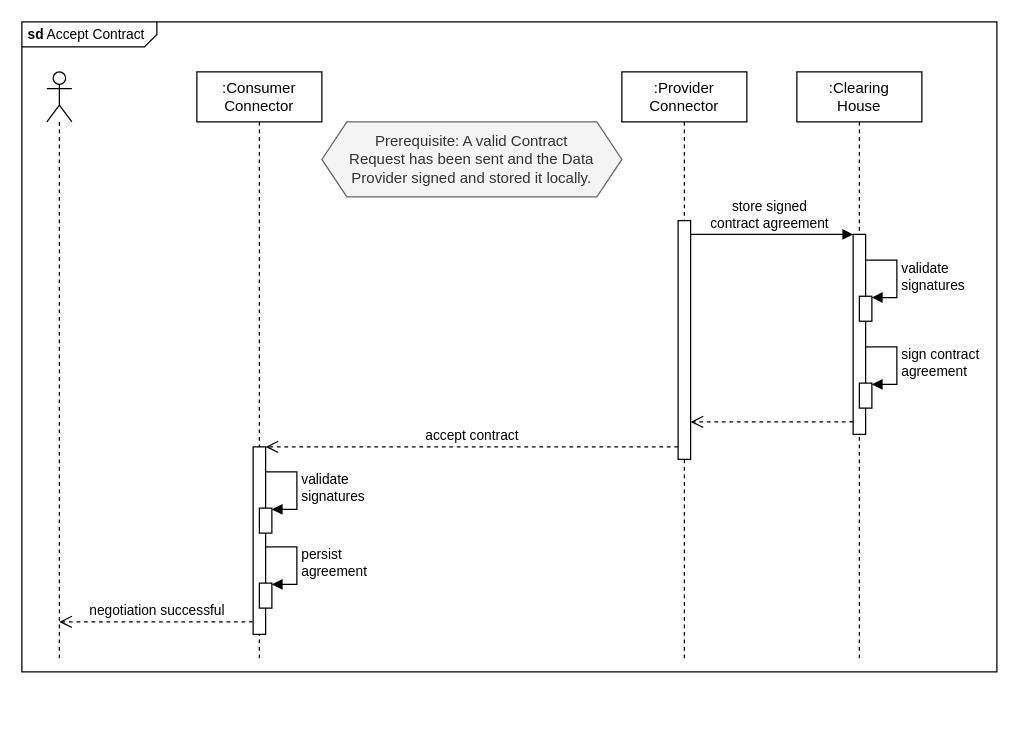
Before: documentation/3_Layers_of_the_Reference_Architecture_Model/3_3_Process_Layer/media/policy-negotiation-sequence-4.drawio in International-Data-Spaces-Association/IDS-RAM_4_0, a draw.io diagram. Source tidied: cells renumbered, new cells numbered last; positions are measured from the earlier drawing's top-left corner, leaving out a move shared by most shapes. Both pictures are drawn from the tidied source at 125%, with x=0, y=0 at pixel (21, 21).
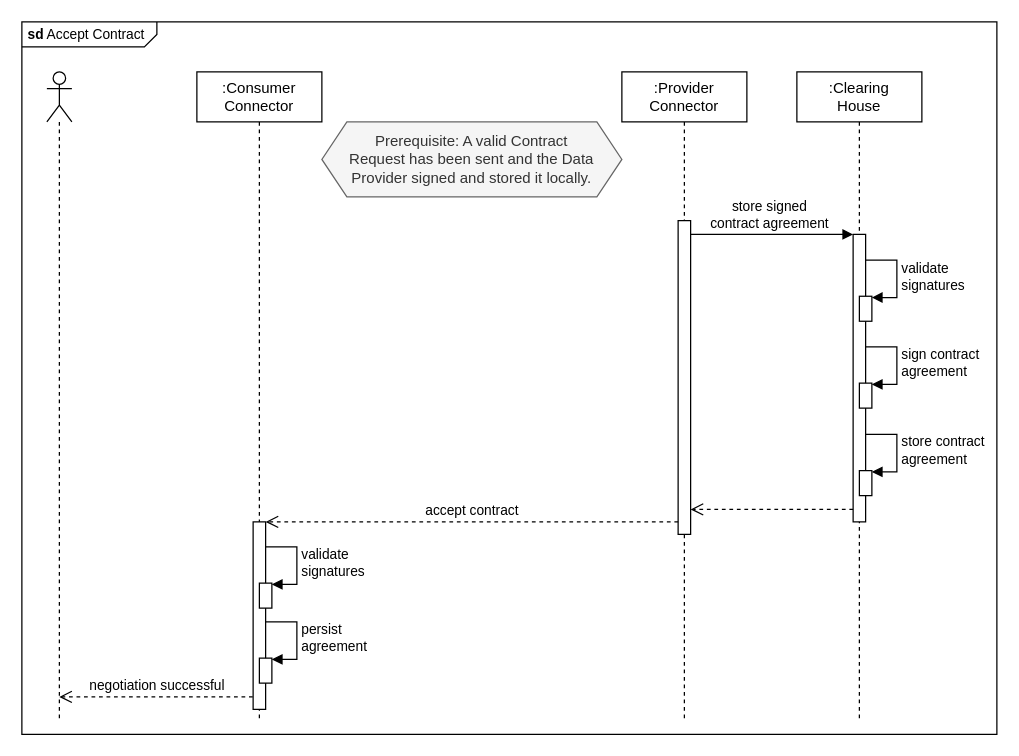
Above is the later version.

Change to the diagram source:
```diff
@@
     <mxCell id="2" value="&lt;p style=&quot;margin: 0px ; margin-top: 4px ; margin-left: 5px ; text-align: left&quot;&gt;&lt;b&gt;sd&lt;/b&gt;  Accept Contract&lt;/p&gt;" style="html=1;shape=mxgraph.sysml.package;overflow=fill;labelX=108;align=left;spacingLeft=5;verticalAlign=top;spacingTop=-3;fontSize=11;fillColor=none;" parent="1" vertex="1">
-      <mxGeometry width="780" height="520" as="geometry" />
+      <mxGeometry width="780" height="570" as="geometry" />
     </mxCell>
     <mxCell id="3" value=":Clearing&lt;br&gt;House" style="shape=umlLifeline;perimeter=lifelinePerimeter;whiteSpace=wrap;html=1;" parent="1" vertex="1">
-      <mxGeometry x="620" y="40" width="100" height="470" as="geometry" />
+      <mxGeometry x="620" y="40" width="100" height="520" as="geometry" />
     </mxCell>
     <mxCell id="4" style="html=1;perimeter=orthogonalPerimeter;fontSize=11;fillColor=#FFFFFF;gradientColor=none;" parent="3" vertex="1">
-      <mxGeometry x="45" y="130" width="10" height="160" as="geometry" />
+      <mxGeometry x="45" y="130" width="10" height="230" as="geometry" />
     </mxCell>
@@
+    <mxCell id="22" style="html=1;verticalAlign=bottom;endArrow=open;dashed=1;endSize=8;rounded=0;" parent="3" edge="1">
+      <mxGeometry relative="1" as="geometry">
+        <mxPoint x="45" y="350" as="sourcePoint" />
+        <mxPoint x="-85" y="350" as="targetPoint" />
+      </mxGeometry>
+    </mxCell>
     <mxCell id="8" style="shape=umlLifeline;participant=umlActor;perimeter=lifelinePerimeter;whiteSpace=wrap;html=1;verticalAlign=top;spacingTop=36;" parent="1" vertex="1">
-      <mxGeometry x="20" y="40" width="20" height="470" as="geometry" />
+      <mxGeometry x="20" y="40" width="20" height="520" as="geometry" />
     </mxCell>
     <mxCell id="9" value=":Consumer&lt;br&gt;Connector" style="shape=umlLifeline;perimeter=lifelinePerimeter;whiteSpace=wrap;html=1;" parent="1" vertex="1">
-      <mxGeometry x="140" y="40" width="100" height="470" as="geometry" />
+      <mxGeometry x="140" y="40" width="100" height="520" as="geometry" />
     </mxCell>
+    <mxCell id="16" value=":Provider&lt;br&gt;Connector" style="shape=umlLifeline;perimeter=lifelinePerimeter;whiteSpace=wrap;html=1;" parent="1" vertex="1">
+      <mxGeometry x="480" y="40" width="100" height="520" as="geometry" />
+    </mxCell>
+    <mxCell id="17" style="html=1;perimeter=orthogonalPerimeter;" parent="16" vertex="1">
+      <mxGeometry x="45" y="119" width="10" height="251" as="geometry" />
+    </mxCell>
-    <mxCell id="10" style="html=1;perimeter=orthogonalPerimeter;" parent="9" vertex="1">
-      <mxGeometry x="45" y="300" width="10" height="150" as="geometry" />
+    <mxCell id="10" style="html=1;perimeter=orthogonalPerimeter;" parent="16" vertex="1">
+      <mxGeometry x="-295" y="360" width="10" height="150" as="geometry" />
     </mxCell>
-    <mxCell id="11" style="html=1;perimeter=orthogonalPerimeter;fontSize=11;fillColor=#FFFFFF;gradientColor=none;" parent="9" vertex="1">
-      <mxGeometry x="50" y="409" width="10" height="20" as="geometry" />
+    <mxCell id="11" style="html=1;perimeter=orthogonalPerimeter;fontSize=11;fillColor=#FFFFFF;gradientColor=none;" parent="16" vertex="1">
+      <mxGeometry x="-290" y="469" width="10" height="20" as="geometry" />
     </mxCell>
-    <mxCell id="12" value="persist&lt;br&gt;agreement" style="edgeStyle=orthogonalEdgeStyle;html=1;align=left;spacingLeft=2;endArrow=block;rounded=0;entryX=1;entryY=0;fontSize=11;" parent="9" edge="1">
+    <mxCell id="12" value="persist&lt;br&gt;agreement" style="edgeStyle=orthogonalEdgeStyle;html=1;align=left;spacingLeft=2;endArrow=block;rounded=0;entryX=1;entryY=0;fontSize=11;" parent="16" edge="1">
       <mxGeometry relative="1" as="geometry">
-        <mxPoint x="55" y="380" as="sourcePoint" />
-        <mxPoint x="60" y="410" as="targetPoint" />
+        <mxPoint x="-285" y="440" as="sourcePoint" />
+        <mxPoint x="-280" y="470" as="targetPoint" />
         <Array as="points">
-          <mxPoint x="80" y="380" />
+          <mxPoint x="-260" y="440" />
         </Array>
       </mxGeometry>
     </mxCell>
-    <mxCell id="13" style="html=1;perimeter=orthogonalPerimeter;fontSize=11;fillColor=#FFFFFF;gradientColor=none;" parent="9" vertex="1">
-      <mxGeometry x="50" y="349" width="10" height="20" as="geometry" />
+    <mxCell id="13" style="html=1;perimeter=orthogonalPerimeter;fontSize=11;fillColor=#FFFFFF;gradientColor=none;" parent="16" vertex="1">
+      <mxGeometry x="-290" y="409" width="10" height="20" as="geometry" />
     </mxCell>
-    <mxCell id="14" value="validate&lt;br&gt;signatures" style="edgeStyle=orthogonalEdgeStyle;html=1;align=left;spacingLeft=2;endArrow=block;rounded=0;entryX=1;entryY=0;fontSize=11;" parent="9" edge="1">
+    <mxCell id="14" value="validate&lt;br&gt;signatures" style="edgeStyle=orthogonalEdgeStyle;html=1;align=left;spacingLeft=2;endArrow=block;rounded=0;entryX=1;entryY=0;fontSize=11;" parent="16" edge="1">
       <mxGeometry relative="1" as="geometry">
-        <mxPoint x="55" y="320" as="sourcePoint" />
-        <mxPoint x="60" y="350" as="targetPoint" />
+        <mxPoint x="-285" y="380" as="sourcePoint" />
+        <mxPoint x="-280" y="410" as="targetPoint" />
         <Array as="points">
-          <mxPoint x="80" y="320" />
+          <mxPoint x="-260" y="380" />
         </Array>
       </mxGeometry>
     </mxCell>
-    <mxCell id="15" value="negotiation successful" style="html=1;verticalAlign=bottom;endArrow=open;dashed=1;endSize=8;rounded=0;exitX=-0.031;exitY=0.975;exitDx=0;exitDy=0;exitPerimeter=0;" parent="9" edge="1">
+    <mxCell id="15" value="negotiation successful" style="html=1;verticalAlign=bottom;endArrow=open;dashed=1;endSize=8;rounded=0;exitX=-0.031;exitY=0.975;exitDx=0;exitDy=0;exitPerimeter=0;" parent="16" edge="1">
       <mxGeometry relative="1" as="geometry">
-        <mxPoint x="44.7" y="440" as="sourcePoint" />
-        <mxPoint x="-110.1" y="440" as="targetPoint" />
+        <mxPoint x="-295.3" y="500" as="sourcePoint" />
+        <mxPoint x="-450.1" y="500" as="targetPoint" />
       </mxGeometry>
     </mxCell>
-    <mxCell id="16" value=":Provider&lt;br&gt;Connector" style="shape=umlLifeline;perimeter=lifelinePerimeter;whiteSpace=wrap;html=1;" parent="1" vertex="1">
-      <mxGeometry x="480" y="40" width="100" height="470" as="geometry" />
-    </mxCell>
-    <mxCell id="17" style="html=1;perimeter=orthogonalPerimeter;" parent="16" vertex="1">
-      <mxGeometry x="45" y="119" width="10" height="191" as="geometry" />
-    </mxCell>
+    <mxCell id="19" value="accept contract" style="html=1;verticalAlign=bottom;endArrow=open;dashed=1;endSize=8;exitX=0;exitY=0.95;rounded=0;" parent="16" edge="1">
+      <mxGeometry relative="1" as="geometry">
+        <mxPoint x="45" y="360" as="sourcePoint" />
+        <mxPoint x="-285" y="360" as="targetPoint" />
+      </mxGeometry>
+    </mxCell>
@@
-    <mxCell id="19" value="accept contract" style="html=1;verticalAlign=bottom;endArrow=open;dashed=1;endSize=8;exitX=0;exitY=0.95;rounded=0;" parent="1" edge="1">
-      <mxGeometry relative="1" as="geometry">
-        <mxPoint x="525" y="340" as="sourcePoint" />
-        <mxPoint x="195" y="340" as="targetPoint" />
-      </mxGeometry>
-    </mxCell>
@@
-    <mxCell id="22" style="html=1;verticalAlign=bottom;endArrow=open;dashed=1;endSize=8;rounded=0;" parent="1" edge="1">
-      <mxGeometry relative="1" as="geometry">
-        <mxPoint x="665" y="320" as="sourcePoint" />
-        <mxPoint x="535" y="320" as="targetPoint" />
-      </mxGeometry>
-    </mxCell>
+    <mxCell id="23" style="html=1;perimeter=orthogonalPerimeter;fontSize=11;fillColor=#FFFFFF;gradientColor=none;" parent="1" vertex="1">
+      <mxGeometry x="670" y="359" width="10" height="20" as="geometry" />
+    </mxCell>
+    <mxCell id="24" value="store contract&lt;br&gt;agreement" style="edgeStyle=orthogonalEdgeStyle;html=1;align=left;spacingLeft=2;endArrow=block;rounded=0;entryX=1;entryY=0;fontSize=11;" parent="1" edge="1">
+      <mxGeometry relative="1" as="geometry">
+        <mxPoint x="675" y="330" as="sourcePoint" />
+        <mxPoint x="680" y="360" as="targetPoint" />
+        <Array as="points">
+          <mxPoint x="700" y="330" />
+        </Array>
+      </mxGeometry>
+    </mxCell>
```
